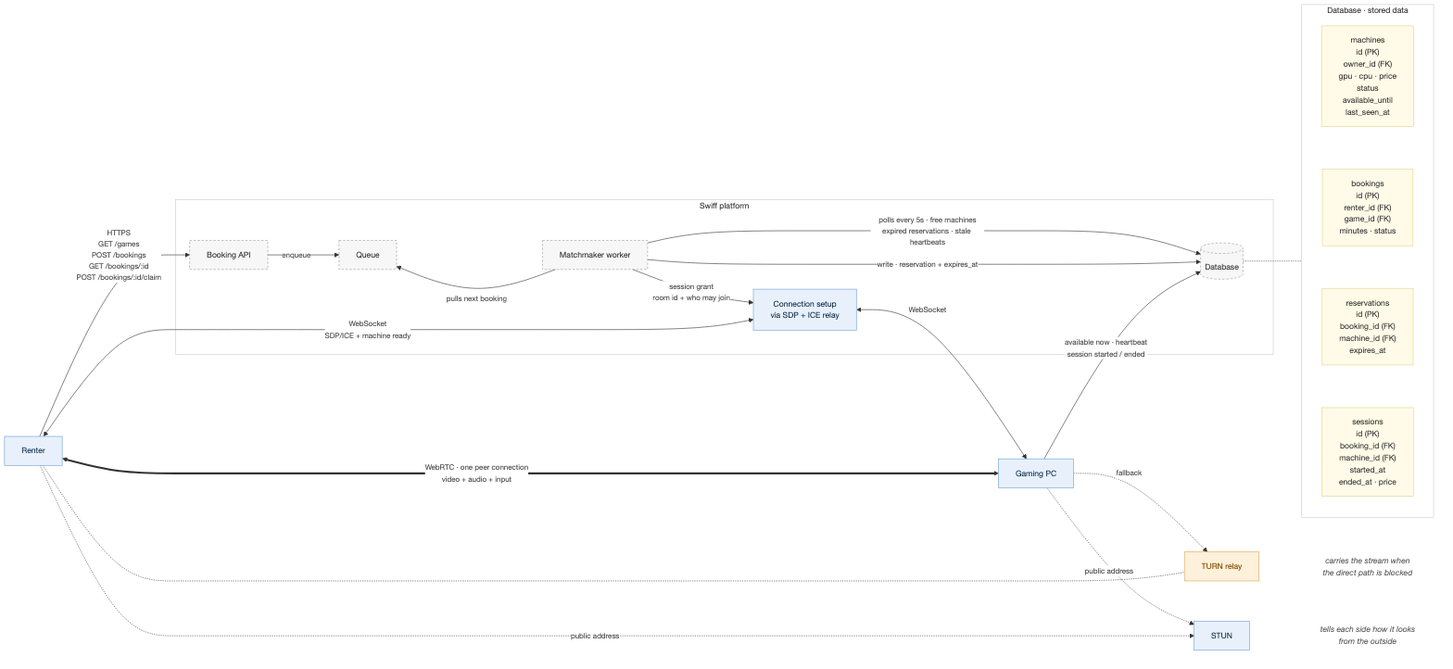
Earlier version of the Mermaid export docs/diagrams/system-architecture.png (tomnotthomas/distributed_gaming). Its source is kept beside it as docs/diagrams/system-architecture.mmd.
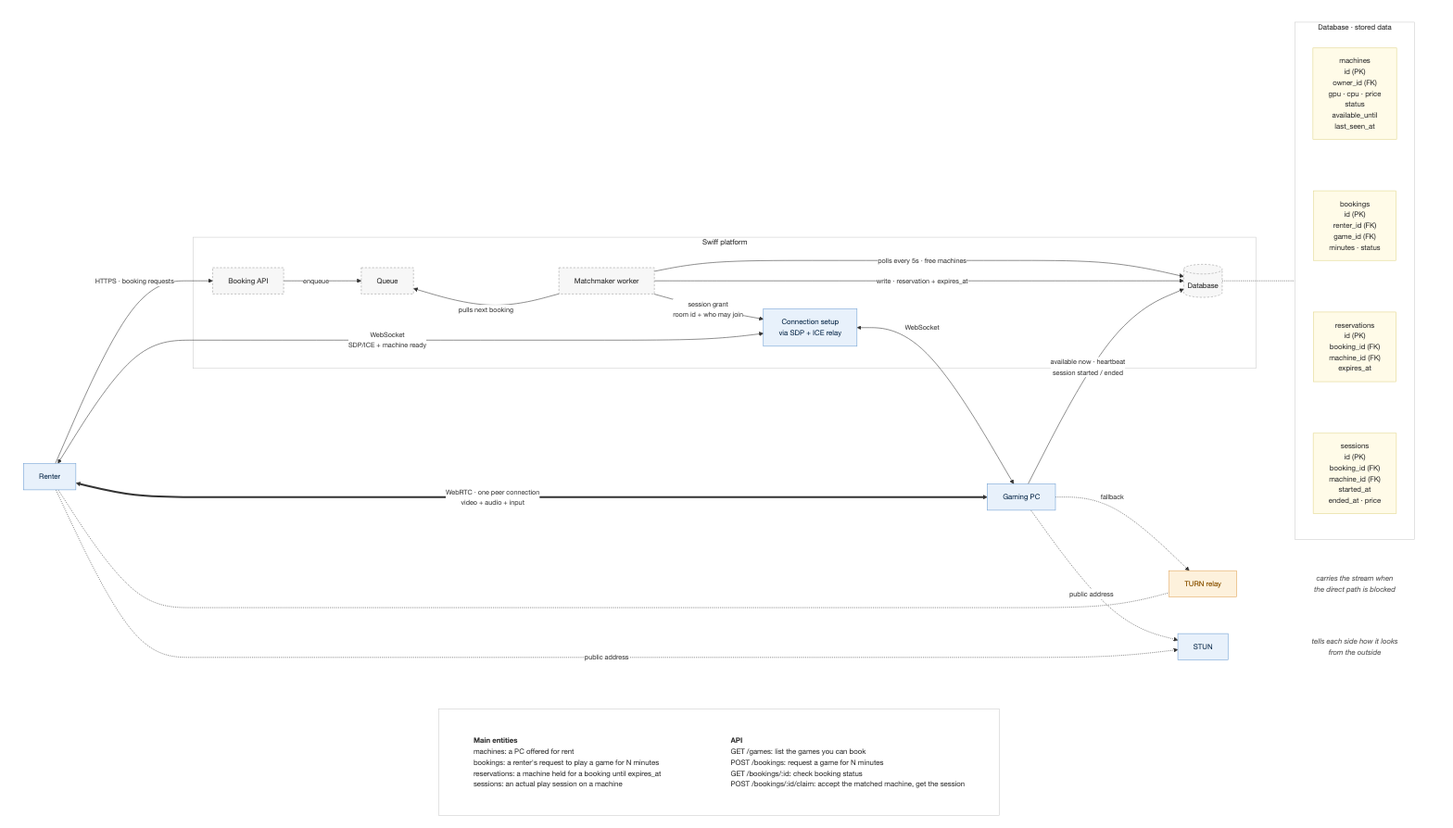
The same file after the commit.

Commit message:
docs(diagrams): move API list and entity summary into a panel below the diagram

Shorten the Renter -> Booking API and Matchmaker poll labels; the
endpoints and main entities are now described in their own area.

Change to the diagram source:
```diff
@@ -4,6 +4,7 @@
   flowchart:
     curve: basis
     htmlLabels: true
+    wrappingWidth: 600
   themeVariables:
     fontFamily: "Helvetica Neue, Helvetica, Arial, sans-serif"
     fontSize: 14px
@@ -16,49 +17,61 @@
     .edgeLabel rect { fill: #fff !important; opacity: 1 !important; }
     svg, text, span, p, div { font-family: "Helvetica Neue", Helvetica, Arial, sans-serif !important; }
 ---
-flowchart LR
-  Renter["Renter"]
-  PC["Gaming PC"]
-  TURN["TURN relay"]
-  STUN["STUN"]
-  TURNnote["carries the stream when<br/>the direct path is blocked"]
-  STUNnote["tells each side how it looks<br/>from the outside"]
-  TURN ~~~ TURNnote
-  STUN ~~~ STUNnote
+flowchart TB
+  subgraph Arch[" "]
+    direction LR
+    Renter["Renter"]
+    PC["Gaming PC"]
+    TURN["TURN relay"]
+    STUN["STUN"]
+    TURNnote["carries the stream when<br/>the direct path is blocked"]
+    STUNnote["tells each side how it looks<br/>from the outside"]
+    TURN ~~~ TURNnote
+    STUN ~~~ STUNnote
 
-  subgraph Platform["Swiff platform"]
-    API["Booking API"]
-    Q["Queue"]
-    MM["Matchmaker worker"]
-    DB[("Database")]
-    SIG["Connection setup<br/>via SDP + ICE relay"]
+    subgraph Platform["Swiff platform"]
+      API["Booking API"]
+      Q["Queue"]
+      MM["Matchmaker worker"]
+      DB[("Database")]
+      SIG["Connection setup<br/>via SDP + ICE relay"]
+    end
+
+    subgraph Data["Database · stored data"]
+      direction TB
+      T1["machines<br/>id (PK)<br/>owner_id (FK)<br/>gpu · cpu · price<br/>status<br/>available_until<br/>last_seen_at"]
+      T2["bookings<br/>id (PK)<br/>renter_id (FK)<br/>game_id (FK)<br/>minutes · status"]
+      T3["reservations<br/>id (PK)<br/>booking_id (FK)<br/>machine_id (FK)<br/>expires_at"]
+      T4["sessions<br/>id (PK)<br/>booking_id (FK)<br/>machine_id (FK)<br/>started_at<br/>ended_at · price"]
+      T1 ~~~ T2 ~~~ T3 ~~~ T4
+    end
+
+
+    Renter -- "HTTPS · booking requests" --> API
+    API -- "enqueue" --> Q
+    Q ~~~ MM
+    MM -- "pulls next booking" --> Q
+    MM -- "polls every 5s · free machines" --> DB
+    MM -- "write · reservation + expires_at" --> DB
+    MM -- "session grant<br/>room id + who may join" --> SIG
+    Renter <-- "WebSocket<br/>SDP/ICE + machine ready" --> SIG
+    SIG <-- "WebSocket" --> PC
+    PC -- "available now · heartbeat<br/>session started / ended" --> DB
+    Renter <== "WebRTC · one peer connection<br/>video + audio + input" ==> PC
+    PC -. "fallback" .-> TURN
+    Renter <-.- TURN
+    PC -. "public address" .-> STUN
+    Renter -. "public address" .-> STUN
+    DB -.- Data
   end
 
-  subgraph Data["Database · stored data"]
-    direction TB
-    T1["machines<br/>id (PK)<br/>owner_id (FK)<br/>gpu · cpu · price<br/>status<br/>available_until<br/>last_seen_at"]
-    T2["bookings<br/>id (PK)<br/>renter_id (FK)<br/>game_id (FK)<br/>minutes · status"]
-    T3["reservations<br/>id (PK)<br/>booking_id (FK)<br/>machine_id (FK)<br/>expires_at"]
-    T4["sessions<br/>id (PK)<br/>booking_id (FK)<br/>machine_id (FK)<br/>started_at<br/>ended_at · price"]
-    T1 ~~~ T2 ~~~ T3 ~~~ T4
+  subgraph Info[" "]
+    direction LR
+    ENT["<b>Main entities</b><br/>machines: a PC offered for rent<br/>bookings: a renter's request to play a game for N minutes<br/>reservations: a machine held for a booking until expires_at<br/>sessions: an actual play session on a machine"]
+    APIS["<b>API</b><br/>GET /games: list the games you can book<br/>POST /bookings: request a game for N minutes<br/>GET /bookings/:id: check booking status<br/>POST /bookings/:id/claim: accept the matched machine, get the session"]
+    ENT ~~~ APIS
   end
-
-  Renter -- "HTTPS<br/>GET /games<br/>POST /bookings<br/>GET /bookings/:id<br/>POST /bookings/:id/claim" --> API
-  API -- "enqueue" --> Q
-  Q ~~~ MM
-  MM -- "pulls next booking" --> Q
-  MM -- "polls every 5s · free machines<br/>expired reservations · stale heartbeats" --> DB
-  MM -- "write · reservation + expires_at" --> DB
-  MM -- "session grant<br/>room id + who may join" --> SIG
-  Renter <-- "WebSocket<br/>SDP/ICE + machine ready" --> SIG
-  SIG <-- "WebSocket" --> PC
-  PC -- "available now · heartbeat<br/>session started / ended" --> DB
-  Renter <== "WebRTC · one peer connection<br/>video + audio + input" ==> PC
-  PC -. "fallback" .-> TURN
-  Renter <-.- TURN
-  PC -. "public address" .-> STUN
-  Renter -. "public address" .-> STUN
-  DB -.- Data
+  Arch ~~~ Info
 
   classDef platform fill:#f7f7f7,stroke:#999,stroke-dasharray:4 3,color:#444
   classDef endpoint fill:#e8f1fb,stroke:#6d9ed3,color:#0b2a4a
@@ -70,5 +83,9 @@
   class TURN turn
   class T1,T2,T3,T4 table
   class TURNnote,STUNnote note
+  classDef info fill:none,stroke:none,color:#333,text-align:left,font-size:14px
+  class ENT,APIS info
+  style Info fill:#ffffff,stroke:#ccc,color:#444
   style Platform fill:#ffffff,stroke:#ccc,color:#444
   style Data fill:#ffffff,stroke:#ccc,color:#444
+  style Arch fill:none,stroke:none
```
